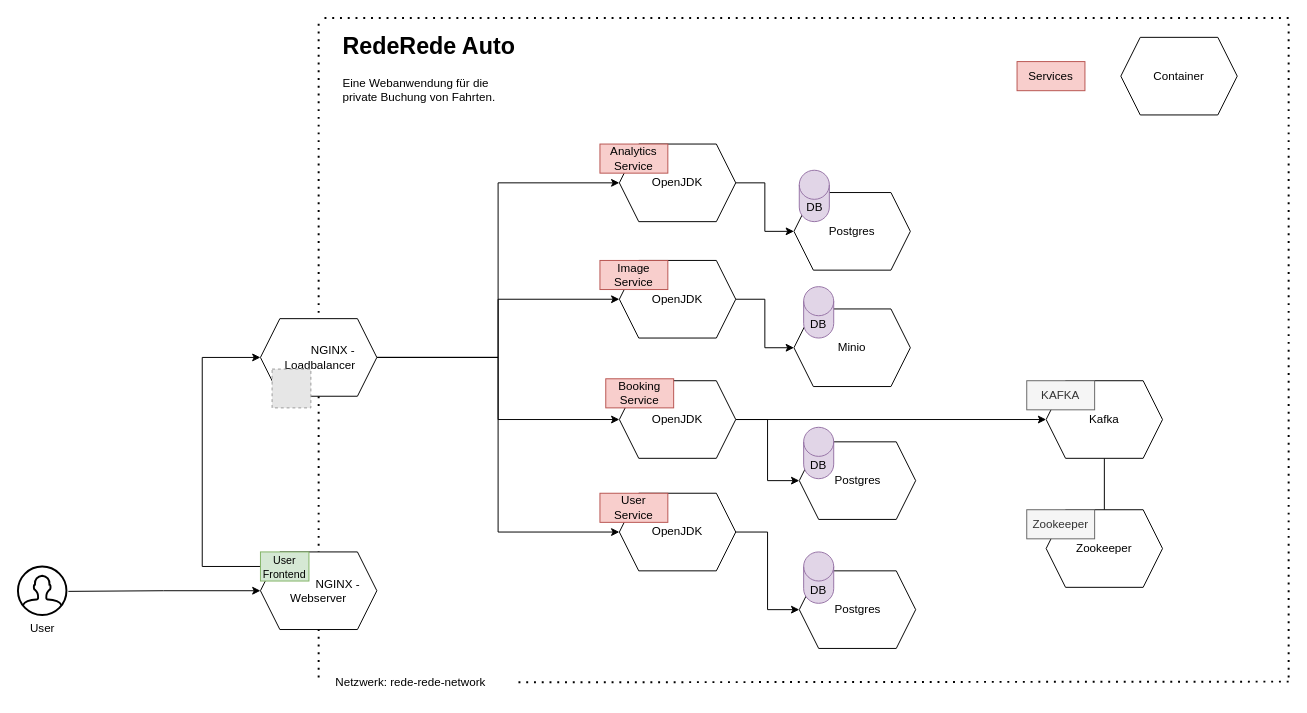
This is Documentation/Architecture_Docker.drawio from jannikfg/CloudNativeDevelopment2023, a draw.io file, before an edit. Source tidied: cells renumbered, new cells numbered last; positions are measured from the earlier drawing's top-left corner, leaving out a move shared by most shapes. Both pictures are drawn from the tidied source at 97%, with x=0, y=0 at pixel (17, 17). Pictures stored in the file or linked from it are replaced by grey dashed boxes.
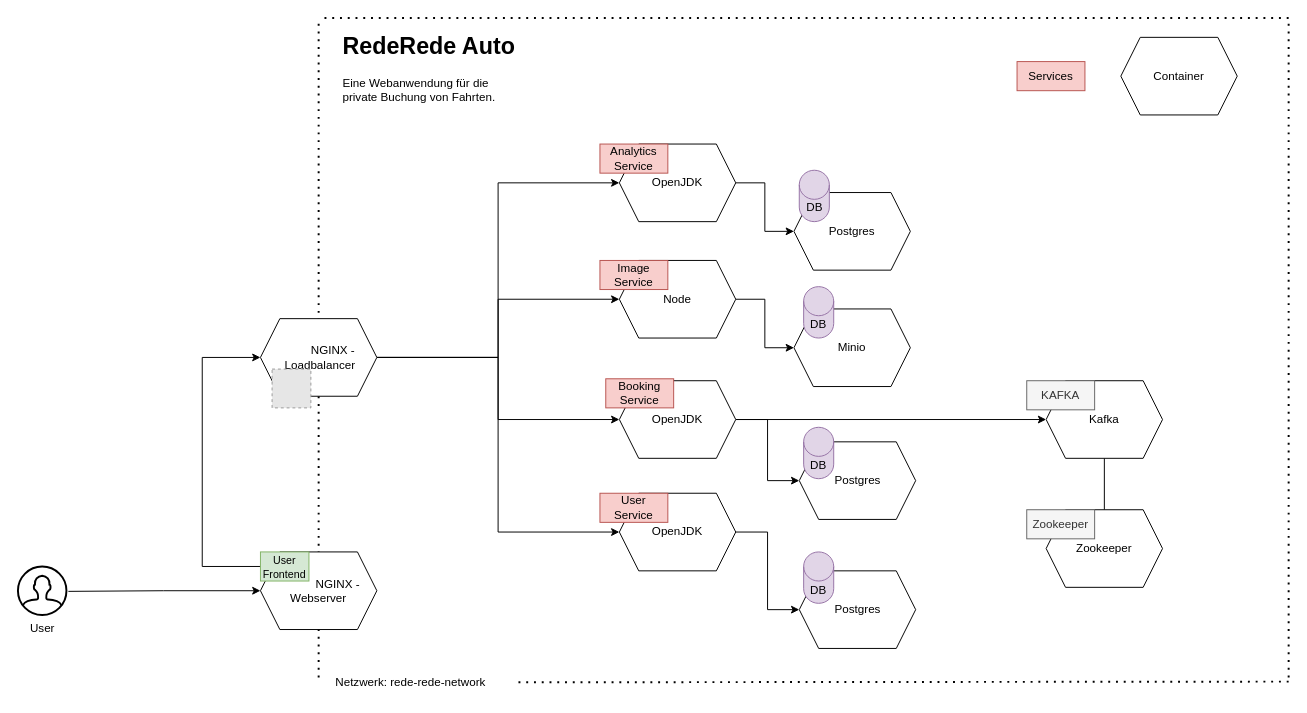
The same page after the edit.

Commit message (it also covers changes not shown here):
docker architecture node

Change to the diagram source:
```diff
@@
-    <mxCell id="3" value="OpenJDK" style="shape=hexagon;perimeter=hexagonPerimeter2;whiteSpace=wrap;html=1;fixedSize=1;" parent="1" vertex="1">
+    <mxCell id="3" value="Node" style="shape=hexagon;perimeter=hexagonPerimeter2;whiteSpace=wrap;html=1;fixedSize=1;" parent="1" vertex="1">
       <mxGeometry x="620" y="250" width="120" height="80" as="geometry" />
     </mxCell>
```
